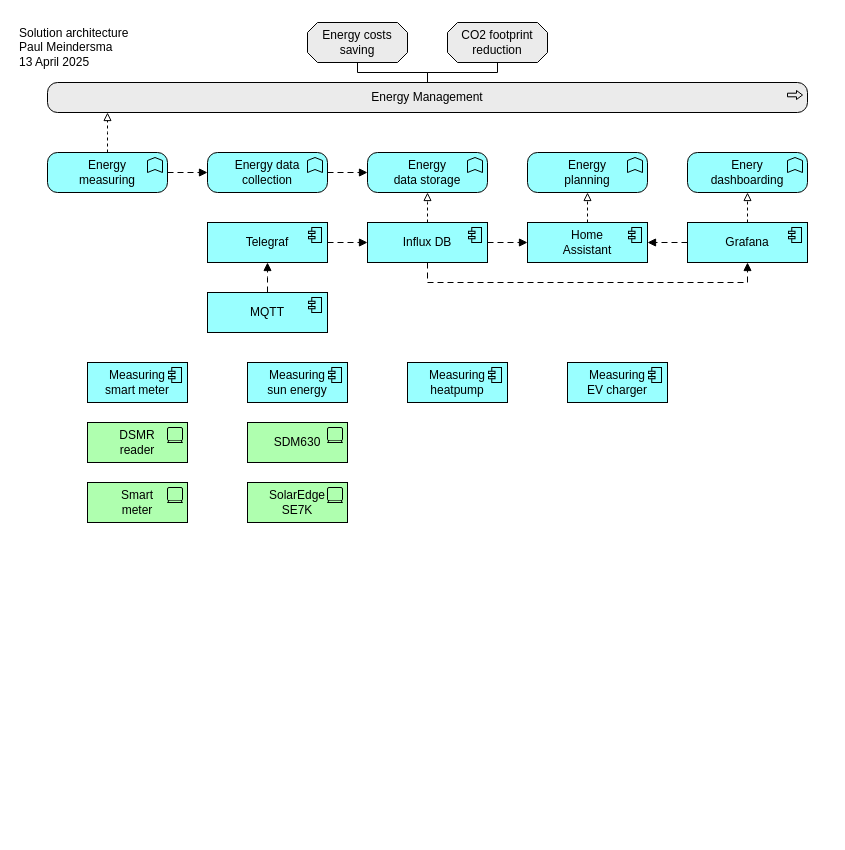
This is Solution architecture.drawio from pmeindersma/OptimizeSolar, a draw.io file, before an edit. Source tidied: cells renumbered, new cells numbered last; positions are measured from the earlier drawing's top-left corner, leaving out a move shared by most shapes. Both pictures are drawn from the tidied source at 100%, with x=0, y=0 at pixel (17, 22).
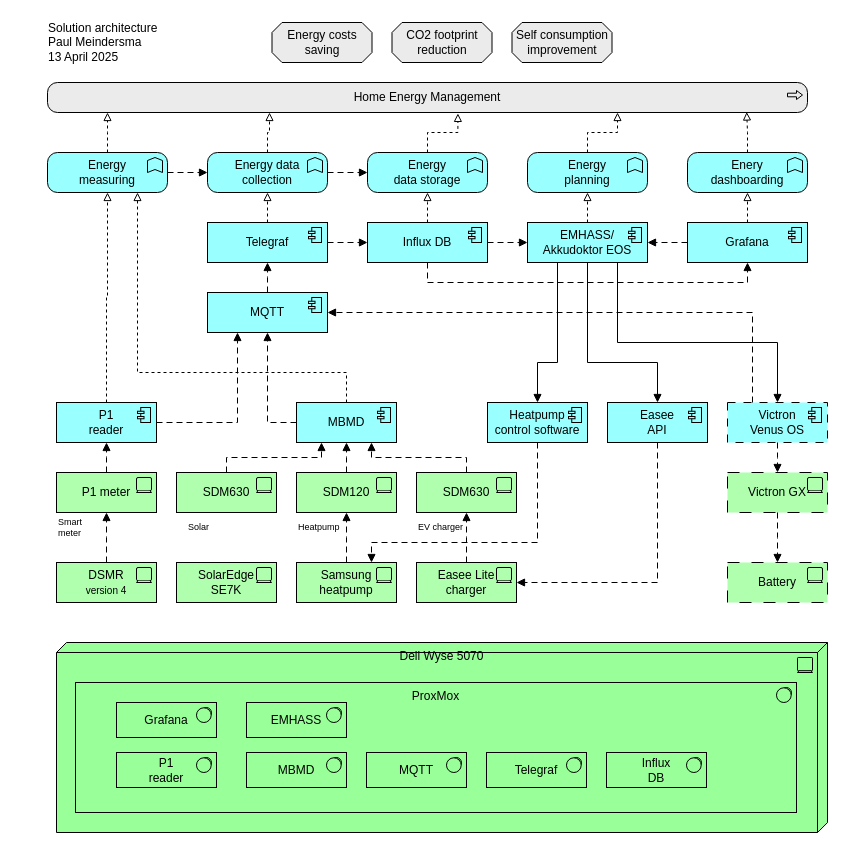
Above is the later version.

The change refers to these unchanged cells:
```xml
<mxCell id="6" value="Energy&lt;div&gt;measuring&lt;/div&gt;" style="html=1;outlineConnect=0;whiteSpace=wrap;fillColor=#99ffff;shape=mxgraph.archimate3.application;appType=func;archiType=rounded;" parent="1" vertex="1">
  <mxGeometry x="30" y="130" width="120" height="40" as="geometry" />
</mxCell>
<mxCell id="14" value="Energy data collection" style="html=1;outlineConnect=0;whiteSpace=wrap;fillColor=#99ffff;shape=mxgraph.archimate3.application;appType=func;archiType=rounded;" parent="1" vertex="1">
  <mxGeometry x="190" y="130" width="120" height="40" as="geometry" />
</mxCell>
<mxCell id="15" value="MQTT" style="html=1;outlineConnect=0;whiteSpace=wrap;fillColor=#99ffff;shape=mxgraph.archimate3.application;appType=comp;archiType=square;" parent="1" vertex="1">
  <mxGeometry x="190" y="270" width="120" height="40" as="geometry" />
</mxCell>
<mxCell id="18" value="Energy&lt;div&gt;data storage&lt;/div&gt;" style="html=1;outlineConnect=0;whiteSpace=wrap;fillColor=#99ffff;shape=mxgraph.archimate3.application;appType=func;archiType=rounded;" parent="1" vertex="1">
  <mxGeometry x="350" y="130" width="120" height="40" as="geometry" />
</mxCell>
<mxCell id="19" value="Energy&lt;div&gt;planning&lt;/div&gt;" style="html=1;outlineConnect=0;whiteSpace=wrap;fillColor=#99ffff;shape=mxgraph.archimate3.application;appType=func;archiType=rounded;" parent="1" vertex="1">
  <mxGeometry x="510" y="130" width="120" height="40" as="geometry" />
</mxCell>
<mxCell id="20" value="Enery&lt;div&gt;dashboarding&lt;/div&gt;" style="html=1;outlineConnect=0;whiteSpace=wrap;fillColor=#99ffff;shape=mxgraph.archimate3.application;appType=func;archiType=rounded;" parent="1" vertex="1">
  <mxGeometry x="670" y="130" width="120" height="40" as="geometry" />
</mxCell>
```

Diff of the diagram source:
```diff
@@
     <mxCell id="2" value="Solution architecture&lt;div&gt;Paul Meindersma&lt;/div&gt;&lt;div&gt;13 April 2025&lt;/div&gt;" style="text;html=1;align=left;verticalAlign=middle;whiteSpace=wrap;rounded=0;" parent="1" vertex="1">
-      <mxGeometry width="170" height="50" as="geometry" />
+      <mxGeometry x="29" y="-5" width="170" height="50" as="geometry" />
     </mxCell>
-    <mxCell id="3" value="Energy Management" style="html=1;outlineConnect=0;whiteSpace=wrap;fillColor=#EBEBEB;shape=mxgraph.archimate3.application;appType=proc;archiType=rounded;" parent="1" vertex="1">
+    <mxCell id="3" value="Home Energy Management" style="html=1;outlineConnect=0;whiteSpace=wrap;fillColor=#EBEBEB;shape=mxgraph.archimate3.application;appType=proc;archiType=rounded;" parent="1" vertex="1">
       <mxGeometry x="30" y="60" width="760" height="30" as="geometry" />
     </mxCell>
-    <mxCell id="4" value="CO2 footprint&lt;div&gt;reduction&lt;/div&gt;" style="html=1;outlineConnect=0;whiteSpace=wrap;fillColor=#EBEBEB;shape=mxgraph.archimate3.application;appType=generic;archiType=oct;" parent="1" vertex="1">
-      <mxGeometry x="430" width="100" height="40" as="geometry" />
+    <mxCell id="4" value="Self consumption&lt;div&gt;improvement&lt;/div&gt;" style="html=1;outlineConnect=0;whiteSpace=wrap;fillColor=#EBEBEB;shape=mxgraph.archimate3.application;appType=generic;archiType=oct;" parent="1" vertex="1">
+      <mxGeometry x="494.5" width="100" height="40" as="geometry" />
     </mxCell>
-    <mxCell id="5" style="edgeStyle=elbowEdgeStyle;html=1;endArrow=none;elbow=vertical;rounded=0;entryX=0.5;entryY=1;entryDx=0;entryDy=0;entryPerimeter=0;" parent="1" edge="1" source="3" target="12">
-      <mxGeometry relative="1" as="geometry" />
-    </mxCell>
@@
-    <mxCell id="7" value="Measuring&lt;div&gt;sun energy&lt;/div&gt;" style="html=1;outlineConnect=0;whiteSpace=wrap;fillColor=#99ffff;shape=mxgraph.archimate3.application;appType=comp;archiType=square;" parent="1" vertex="1">
-      <mxGeometry x="230" y="340" width="100" height="40" as="geometry" />
+    <mxCell id="7" value="MBMD" style="html=1;outlineConnect=0;whiteSpace=wrap;fillColor=#99ffff;shape=mxgraph.archimate3.application;appType=comp;archiType=square;" parent="1" vertex="1">
+      <mxGeometry x="279" y="380" width="100" height="40" as="geometry" />
     </mxCell>
-    <mxCell id="8" value="Measuring&lt;div&gt;smart meter&lt;/div&gt;" style="html=1;outlineConnect=0;whiteSpace=wrap;fillColor=#99ffff;shape=mxgraph.archimate3.application;appType=comp;archiType=square;" parent="1" vertex="1">
-      <mxGeometry x="70" y="340" width="100" height="40" as="geometry" />
+    <mxCell id="8" value="P1&lt;div&gt;reader&lt;/div&gt;" style="html=1;outlineConnect=0;whiteSpace=wrap;fillColor=#99ffff;shape=mxgraph.archimate3.application;appType=comp;archiType=square;" parent="1" vertex="1">
+      <mxGeometry x="39" y="380" width="100" height="40" as="geometry" />
     </mxCell>
-    <mxCell id="9" value="Measuring&lt;div&gt;heatpump&lt;/div&gt;" style="html=1;whiteSpace=wrap;fillColor=#99ffff;shape=mxgraph.archimate3.application;appType=comp;archiType=square;" parent="1" vertex="1">
-      <mxGeometry x="390" y="340" width="100" height="40" as="geometry" />
-    </mxCell>
-    <mxCell id="10" value="Measuring&lt;div&gt;EV charger&lt;/div&gt;" style="html=1;whiteSpace=wrap;fillColor=#99ffff;shape=mxgraph.archimate3.application;appType=comp;archiType=square;" parent="1" vertex="1">
-      <mxGeometry x="550" y="340" width="100" height="40" as="geometry" />
-    </mxCell>
@@
     <mxCell id="12" value="Energy costs saving" style="html=1;outlineConnect=0;whiteSpace=wrap;fillColor=#EBEBEB;shape=mxgraph.archimate3.application;appType=generic;archiType=oct;" parent="1" vertex="1">
-      <mxGeometry x="290" width="100" height="40" as="geometry" />
+      <mxGeometry x="254.5" width="100" height="40" as="geometry" />
     </mxCell>
-    <mxCell id="13" style="edgeStyle=elbowEdgeStyle;html=1;endArrow=none;elbow=vertical;rounded=0;exitX=0.5;exitY=0;exitDx=0;exitDy=0;exitPerimeter=0;" parent="1" edge="1" source="3" target="4">
-      <mxGeometry relative="1" as="geometry" />
-    </mxCell>
@@
-    <mxCell id="22" value="Home&lt;div&gt;Assistant&lt;/div&gt;" style="html=1;outlineConnect=0;whiteSpace=wrap;fillColor=#99ffff;shape=mxgraph.archimate3.application;appType=comp;archiType=square;" parent="1" vertex="1">
+    <mxCell id="22" value="EMHASS/&lt;div&gt;Akkudoktor EOS&lt;/div&gt;" style="html=1;outlineConnect=0;whiteSpace=wrap;fillColor=#99ffff;shape=mxgraph.archimate3.application;appType=comp;archiType=square;" parent="1" vertex="1">
       <mxGeometry x="510" y="200" width="120" height="40" as="geometry" />
     </mxCell>
@@
-    <mxCell id="24" value="Smart&lt;div&gt;meter&lt;/div&gt;" style="html=1;outlineConnect=0;whiteSpace=wrap;fillColor=#AFFFAF;shape=mxgraph.archimate3.application;appType=device;" parent="1" vertex="1">
-      <mxGeometry x="70" y="460" width="100" height="40" as="geometry" />
+    <mxCell id="24" value="&lt;div&gt;&lt;span style=&quot;background-color: transparent; color: light-dark(rgb(0, 0, 0), rgb(255, 255, 255));&quot;&gt;DSMR&lt;/span&gt;&lt;/div&gt;&lt;div&gt;&lt;span style=&quot;background-color: transparent; color: light-dark(rgb(0, 0, 0), rgb(255, 255, 255));&quot;&gt;&lt;font style=&quot;font-size: 10px;&quot;&gt;version 4&lt;/font&gt;&lt;/span&gt;&lt;/div&gt;" style="html=1;outlineConnect=0;whiteSpace=wrap;fillColor=#AFFFAF;shape=mxgraph.archimate3.application;appType=device;" parent="1" vertex="1">
+      <mxGeometry x="39" y="540" width="100" height="40" as="geometry" />
     </mxCell>
-    <mxCell id="25" value="DSMR&lt;div&gt;reader&lt;/div&gt;" style="html=1;whiteSpace=wrap;fillColor=#AFFFAF;shape=mxgraph.archimate3.application;appType=device;" parent="1" vertex="1">
-      <mxGeometry x="70" y="400" width="100" height="40" as="geometry" />
-    </mxCell>
     <mxCell id="26" value="SolarEdge&lt;div&gt;SE7K&lt;/div&gt;" style="html=1;whiteSpace=wrap;fillColor=#AFFFAF;shape=mxgraph.archimate3.application;appType=device;" parent="1" vertex="1">
-      <mxGeometry x="230" y="460" width="100" height="40" as="geometry" />
+      <mxGeometry x="159" y="540" width="100" height="40" as="geometry" />
     </mxCell>
     <mxCell id="27" value="SDM630" style="html=1;outlineConnect=0;whiteSpace=wrap;fillColor=#AFFFAF;shape=mxgraph.archimate3.application;appType=device;" parent="1" vertex="1">
-      <mxGeometry x="230" y="400" width="100" height="40" as="geometry" />
+      <mxGeometry x="159" y="450" width="100" height="40" as="geometry" />
     </mxCell>
@@
+    <mxCell id="37" value="Heatpump&lt;div&gt;control software&lt;/div&gt;" style="html=1;outlineConnect=0;whiteSpace=wrap;fillColor=#99ffff;shape=mxgraph.archimate3.application;appType=comp;archiType=square;" parent="1" vertex="1">
+      <mxGeometry x="470" y="380" width="100" height="40" as="geometry" />
+    </mxCell>
+    <mxCell id="38" value="&lt;div&gt;Easee&lt;/div&gt;&lt;div&gt;API&lt;/div&gt;" style="html=1;outlineConnect=0;whiteSpace=wrap;fillColor=#99ffff;shape=mxgraph.archimate3.application;appType=comp;archiType=square;" parent="1" vertex="1">
+      <mxGeometry x="590" y="380" width="100" height="40" as="geometry" />
+    </mxCell>
+    <mxCell id="39" value="P1 meter" style="html=1;outlineConnect=0;whiteSpace=wrap;fillColor=#AFFFAF;shape=mxgraph.archimate3.application;appType=device;" parent="1" vertex="1">
+      <mxGeometry x="39" y="450" width="100" height="40" as="geometry" />
+    </mxCell>
+    <mxCell id="40" style="edgeStyle=elbowEdgeStyle;html=1;endArrow=block;dashed=1;elbow=vertical;endFill=1;dashPattern=6 4;rounded=0;exitX=1;exitY=0.5;exitDx=0;exitDy=0;exitPerimeter=0;entryX=0.25;entryY=1;entryDx=0;entryDy=0;entryPerimeter=0;" parent="1" edge="1" source="8" target="15">
+      <mxGeometry relative="1" as="geometry">
+        <Array as="points">
+          <mxPoint x="190" y="400" />
+        </Array>
+      </mxGeometry>
+    </mxCell>
+    <mxCell id="41" style="edgeStyle=elbowEdgeStyle;html=1;endArrow=block;dashed=1;elbow=vertical;endFill=1;dashPattern=6 4;rounded=0;exitX=0;exitY=0.5;exitDx=0;exitDy=0;exitPerimeter=0;" parent="1" edge="1" source="7" target="15">
+      <mxGeometry relative="1" as="geometry">
+        <Array as="points">
+          <mxPoint x="250" y="400" />
+        </Array>
+      </mxGeometry>
+    </mxCell>
+    <mxCell id="42" value="SDM120" style="html=1;outlineConnect=0;whiteSpace=wrap;fillColor=#AFFFAF;shape=mxgraph.archimate3.application;appType=device;" parent="1" vertex="1">
+      <mxGeometry x="279" y="450" width="100" height="40" as="geometry" />
+    </mxCell>
+    <mxCell id="43" value="SDM630" style="html=1;outlineConnect=0;whiteSpace=wrap;fillColor=#AFFFAF;shape=mxgraph.archimate3.application;appType=device;" parent="1" vertex="1">
+      <mxGeometry x="399" y="450" width="100" height="40" as="geometry" />
+    </mxCell>
+    <mxCell id="44" style="edgeStyle=elbowEdgeStyle;html=1;endArrow=block;dashed=1;elbow=vertical;endFill=1;dashPattern=6 4;rounded=0;exitX=0.5;exitY=0;exitDx=0;exitDy=0;exitPerimeter=0;entryX=0.5;entryY=1;entryDx=0;entryDy=0;entryPerimeter=0;" parent="1" edge="1" source="39" target="8">
+      <mxGeometry relative="1" as="geometry" />
+    </mxCell>
+    <mxCell id="45" style="edgeStyle=elbowEdgeStyle;html=1;endArrow=block;dashed=1;elbow=vertical;endFill=1;dashPattern=6 4;rounded=0;entryX=0.25;entryY=1;entryDx=0;entryDy=0;entryPerimeter=0;exitX=0.5;exitY=0;exitDx=0;exitDy=0;exitPerimeter=0;" parent="1" edge="1" source="27" target="7">
+      <mxGeometry relative="1" as="geometry" />
+    </mxCell>
+    <mxCell id="46" style="edgeStyle=elbowEdgeStyle;html=1;endArrow=block;dashed=1;elbow=vertical;endFill=1;dashPattern=6 4;rounded=0;exitX=0.5;exitY=0;exitDx=0;exitDy=0;exitPerimeter=0;" parent="1" edge="1" source="42" target="7">
+      <mxGeometry relative="1" as="geometry" />
+    </mxCell>
+    <mxCell id="47" style="edgeStyle=elbowEdgeStyle;html=1;endArrow=block;dashed=1;elbow=vertical;endFill=1;dashPattern=6 4;rounded=0;exitX=0.5;exitY=0;exitDx=0;exitDy=0;exitPerimeter=0;entryX=0.75;entryY=1;entryDx=0;entryDy=0;entryPerimeter=0;" parent="1" edge="1" source="43" target="7">
+      <mxGeometry relative="1" as="geometry" />
+    </mxCell>
+    <mxCell id="48" value="Smart&lt;div&gt;meter&lt;/div&gt;" style="text;html=1;align=left;verticalAlign=middle;whiteSpace=wrap;rounded=0;fontSize=9;" parent="1" vertex="1">
+      <mxGeometry x="39" y="490" width="90" height="30" as="geometry" />
+    </mxCell>
+    <mxCell id="49" value="Heatpump" style="text;html=1;align=left;verticalAlign=middle;whiteSpace=wrap;rounded=0;fontSize=9;" parent="1" vertex="1">
+      <mxGeometry x="279" y="490" width="90" height="30" as="geometry" />
+    </mxCell>
+    <mxCell id="50" value="EV charger" style="text;html=1;align=left;verticalAlign=middle;whiteSpace=wrap;rounded=0;fontSize=9;" parent="1" vertex="1">
+      <mxGeometry x="399" y="490" width="90" height="30" as="geometry" />
+    </mxCell>
+    <mxCell id="51" value="Victron GX" style="html=1;outlineConnect=0;whiteSpace=wrap;fillColor=#AFFFAF;shape=mxgraph.archimate3.application;appType=device;dashed=1;dashPattern=12 12;" parent="1" vertex="1">
+      <mxGeometry x="710" y="450" width="100" height="40" as="geometry" />
+    </mxCell>
+    <mxCell id="52" value="Samsung&lt;div&gt;heatpump&lt;/div&gt;" style="html=1;outlineConnect=0;whiteSpace=wrap;fillColor=#AFFFAF;shape=mxgraph.archimate3.application;appType=device;" parent="1" vertex="1">
+      <mxGeometry x="279" y="540" width="100" height="40" as="geometry" />
+    </mxCell>
+    <mxCell id="53" style="edgeStyle=elbowEdgeStyle;html=1;endArrow=block;dashed=1;elbow=vertical;endFill=1;dashPattern=6 4;rounded=0;exitX=0.5;exitY=0;exitDx=0;exitDy=0;exitPerimeter=0;" parent="1" edge="1" source="24">
+      <mxGeometry relative="1" as="geometry">
+        <mxPoint x="89" y="490" as="targetPoint" />
+      </mxGeometry>
+    </mxCell>
+    <mxCell id="54" style="edgeStyle=elbowEdgeStyle;html=1;endArrow=block;dashed=1;elbow=vertical;endFill=1;dashPattern=6 4;rounded=0;exitX=0.5;exitY=0;exitDx=0;exitDy=0;exitPerimeter=0;" parent="1" edge="1" source="52">
+      <mxGeometry relative="1" as="geometry">
+        <mxPoint x="329" y="490" as="targetPoint" />
+      </mxGeometry>
+    </mxCell>
+    <mxCell id="55" style="edgeStyle=elbowEdgeStyle;html=1;endArrow=block;dashed=1;elbow=vertical;endFill=1;dashPattern=6 4;rounded=0;exitX=0.5;exitY=0;exitDx=0;exitDy=0;exitPerimeter=0;" parent="1" edge="1" source="79" target="43">
+      <mxGeometry relative="1" as="geometry" />
+    </mxCell>
+    <mxCell id="56" style="edgeStyle=elbowEdgeStyle;html=1;endArrow=block;dashed=1;elbow=vertical;endFill=1;dashPattern=6 4;rounded=0;exitX=0.5;exitY=1;exitDx=0;exitDy=0;exitPerimeter=0;entryX=0.75;entryY=0;entryDx=0;entryDy=0;entryPerimeter=0;" parent="1" edge="1" source="37" target="52">
+      <mxGeometry relative="1" as="geometry">
+        <Array as="points">
+          <mxPoint x="460" y="520" />
+        </Array>
+      </mxGeometry>
+    </mxCell>
+    <mxCell id="57" style="edgeStyle=elbowEdgeStyle;html=1;endArrow=block;dashed=0;elbow=vertical;endFill=1;rounded=0;entryX=0.5;entryY=0;entryDx=0;entryDy=0;entryPerimeter=0;exitX=0.25;exitY=1;exitDx=0;exitDy=0;exitPerimeter=0;" parent="1" edge="1" source="22" target="37">
+      <mxGeometry relative="1" as="geometry">
+        <Array as="points">
+          <mxPoint x="540" y="340" />
+        </Array>
+      </mxGeometry>
+    </mxCell>
+    <mxCell id="58" style="edgeStyle=elbowEdgeStyle;html=1;endArrow=block;dashed=0;elbow=vertical;endFill=1;rounded=0;entryX=0.5;entryY=0;entryDx=0;entryDy=0;entryPerimeter=0;" parent="1" edge="1" source="22" target="38">
+      <mxGeometry relative="1" as="geometry">
+        <Array as="points">
+          <mxPoint x="570" y="340" />
+        </Array>
+      </mxGeometry>
+    </mxCell>
+    <mxCell id="59" style="edgeStyle=elbowEdgeStyle;html=1;endArrow=block;dashed=1;elbow=vertical;endFill=1;dashPattern=6 4;rounded=0;entryX=1;entryY=0.5;entryDx=0;entryDy=0;entryPerimeter=0;exitX=0.5;exitY=1;exitDx=0;exitDy=0;exitPerimeter=0;" parent="1" edge="1" source="38" target="79">
+      <mxGeometry relative="1" as="geometry">
+        <Array as="points">
+          <mxPoint x="600" y="560" />
+        </Array>
+      </mxGeometry>
+    </mxCell>
+    <mxCell id="60" style="edgeStyle=elbowEdgeStyle;html=1;endArrow=block;elbow=vertical;endFill=0;dashed=1;rounded=0;" parent="1" edge="1" source="14">
+      <mxGeometry relative="1" as="geometry">
+        <mxPoint x="252" y="90" as="targetPoint" />
+      </mxGeometry>
+    </mxCell>
+    <mxCell id="61" style="edgeStyle=elbowEdgeStyle;html=1;endArrow=block;elbow=vertical;endFill=0;dashed=1;rounded=0;entryX=0.54;entryY=1.03;entryDx=0;entryDy=0;entryPerimeter=0;exitX=0.5;exitY=0;exitDx=0;exitDy=0;exitPerimeter=0;" parent="1" edge="1" source="18" target="3">
+      <mxGeometry relative="1" as="geometry" />
+    </mxCell>
+    <mxCell id="62" style="edgeStyle=elbowEdgeStyle;html=1;endArrow=block;elbow=vertical;endFill=0;dashed=1;rounded=0;exitX=0.5;exitY=0;exitDx=0;exitDy=0;exitPerimeter=0;entryX=0.75;entryY=1;entryDx=0;entryDy=0;entryPerimeter=0;" parent="1" edge="1" source="19" target="3">
+      <mxGeometry relative="1" as="geometry" />
+    </mxCell>
+    <mxCell id="63" style="edgeStyle=elbowEdgeStyle;html=1;endArrow=block;elbow=vertical;endFill=0;dashed=1;rounded=0;exitX=0.5;exitY=0;exitDx=0;exitDy=0;exitPerimeter=0;entryX=0.92;entryY=0.983;entryDx=0;entryDy=0;entryPerimeter=0;" parent="1" edge="1" source="20" target="3">
+      <mxGeometry relative="1" as="geometry" />
+    </mxCell>
+    <mxCell id="64" value="Solar" style="text;html=1;align=left;verticalAlign=middle;whiteSpace=wrap;rounded=0;fontSize=9;" parent="1" vertex="1">
+      <mxGeometry x="169" y="490" width="90" height="30" as="geometry" />
+    </mxCell>
+    <mxCell id="65" style="edgeStyle=elbowEdgeStyle;html=1;endArrow=block;elbow=vertical;endFill=0;dashed=1;rounded=0;entryX=0.5;entryY=1;entryDx=0;entryDy=0;entryPerimeter=0;" parent="1" edge="1" target="14">
+      <mxGeometry relative="1" as="geometry">
+        <mxPoint x="250" y="200" as="sourcePoint" />
+      </mxGeometry>
+    </mxCell>
+    <mxCell id="66" style="edgeStyle=elbowEdgeStyle;html=1;endArrow=block;elbow=vertical;endFill=0;dashed=1;rounded=0;exitX=0.5;exitY=0;exitDx=0;exitDy=0;exitPerimeter=0;" parent="1" edge="1" source="8" target="6">
+      <mxGeometry relative="1" as="geometry" />
+    </mxCell>
+    <mxCell id="67" style="edgeStyle=elbowEdgeStyle;html=1;endArrow=block;elbow=vertical;endFill=0;dashed=1;rounded=0;exitX=0.5;exitY=0;exitDx=0;exitDy=0;exitPerimeter=0;entryX=0.75;entryY=1;entryDx=0;entryDy=0;entryPerimeter=0;" parent="1" edge="1" source="7" target="6">
+      <mxGeometry relative="1" as="geometry">
+        <Array as="points">
+          <mxPoint x="230" y="350" />
+        </Array>
+      </mxGeometry>
+    </mxCell>
+    <mxCell id="68" value="Dell Wyse 5070" style="html=1;whiteSpace=wrap;fillColor=#99ff99;shape=mxgraph.archimate.tech;techType=device;verticalAlign=top;" parent="1" vertex="1">
+      <mxGeometry x="39" y="620" width="771" height="190" as="geometry" />
+    </mxCell>
+    <mxCell id="69" value="ProxMox" style="html=1;whiteSpace=wrap;fillColor=#99ff99;shape=mxgraph.archimate.application;appType=sysSw;verticalAlign=top;" parent="1" vertex="1">
+      <mxGeometry x="58" y="660" width="721" height="130" as="geometry" />
+    </mxCell>
+    <mxCell id="70" value="MBMD" style="html=1;whiteSpace=wrap;fillColor=#99ff99;shape=mxgraph.archimate.application;appType=sysSw;" parent="1" vertex="1">
+      <mxGeometry x="229" y="730" width="100" height="35" as="geometry" />
+    </mxCell>
+    <mxCell id="71" value="P1&lt;div&gt;reader&lt;/div&gt;" style="html=1;whiteSpace=wrap;fillColor=#99ff99;shape=mxgraph.archimate.application;appType=sysSw;" parent="1" vertex="1">
+      <mxGeometry x="99" y="730" width="100" height="35" as="geometry" />
+    </mxCell>
+    <mxCell id="72" value="Telegraf" style="html=1;whiteSpace=wrap;fillColor=#99ff99;shape=mxgraph.archimate.application;appType=sysSw;" parent="1" vertex="1">
+      <mxGeometry x="469" y="730" width="100" height="35" as="geometry" />
+    </mxCell>
+    <mxCell id="73" value="MQTT" style="html=1;whiteSpace=wrap;fillColor=#99ff99;shape=mxgraph.archimate.application;appType=sysSw;" parent="1" vertex="1">
+      <mxGeometry x="349" y="730" width="100" height="35" as="geometry" />
+    </mxCell>
+    <mxCell id="74" value="Grafana" style="html=1;whiteSpace=wrap;fillColor=#99ff99;shape=mxgraph.archimate.application;appType=sysSw;" parent="1" vertex="1">
+      <mxGeometry x="99" y="680" width="100" height="35" as="geometry" />
+    </mxCell>
+    <mxCell id="75" value="Influx&lt;div&gt;DB&lt;/div&gt;" style="html=1;whiteSpace=wrap;fillColor=#99ff99;shape=mxgraph.archimate.application;appType=sysSw;" parent="1" vertex="1">
+      <mxGeometry x="589" y="730" width="100" height="35" as="geometry" />
+    </mxCell>
+    <mxCell id="76" value="EMHASS" style="html=1;whiteSpace=wrap;fillColor=#99ff99;shape=mxgraph.archimate.application;appType=sysSw;" parent="1" vertex="1">
+      <mxGeometry x="229" y="680" width="100" height="35" as="geometry" />
+    </mxCell>
+    <mxCell id="77" value="Victron&lt;div&gt;Venus OS&lt;/div&gt;" style="html=1;outlineConnect=0;whiteSpace=wrap;fillColor=#99ffff;shape=mxgraph.archimate3.application;appType=comp;archiType=square;dashed=1;dashPattern=8 8;" parent="1" vertex="1">
+      <mxGeometry x="710" y="380" width="100" height="40" as="geometry" />
+    </mxCell>
+    <mxCell id="78" style="edgeStyle=elbowEdgeStyle;html=1;endArrow=block;dashed=0;elbow=vertical;endFill=1;rounded=0;exitX=0.75;exitY=1;exitDx=0;exitDy=0;exitPerimeter=0;" parent="1" edge="1" source="22" target="77">
+      <mxGeometry relative="1" as="geometry">
+        <Array as="points">
+          <mxPoint x="680" y="320" />
+        </Array>
+      </mxGeometry>
+    </mxCell>
+    <mxCell id="79" value="Easee Lite&lt;div&gt;charger&lt;/div&gt;" style="html=1;outlineConnect=0;whiteSpace=wrap;fillColor=#AFFFAF;shape=mxgraph.archimate3.application;appType=device;" parent="1" vertex="1">
+      <mxGeometry x="399" y="540" width="100" height="40" as="geometry" />
+    </mxCell>
+    <mxCell id="80" style="edgeStyle=elbowEdgeStyle;html=1;endArrow=block;dashed=1;elbow=vertical;endFill=1;dashPattern=6 4;rounded=0;entryX=0.5;entryY=0;entryDx=0;entryDy=0;entryPerimeter=0;" parent="1" edge="1" source="77" target="51">
+      <mxGeometry relative="1" as="geometry" />
+    </mxCell>
+    <mxCell id="81" style="edgeStyle=elbowEdgeStyle;html=1;endArrow=block;dashed=1;elbow=vertical;endFill=1;dashPattern=6 4;rounded=0;entryX=1;entryY=0.5;entryDx=0;entryDy=0;entryPerimeter=0;exitX=0.25;exitY=0;exitDx=0;exitDy=0;exitPerimeter=0;" parent="1" edge="1" source="77" target="15">
+      <mxGeometry relative="1" as="geometry">
+        <Array as="points">
+          <mxPoint x="540" y="290" />
+        </Array>
+      </mxGeometry>
+    </mxCell>
+    <mxCell id="82" value="Battery" style="html=1;outlineConnect=0;whiteSpace=wrap;fillColor=#AFFFAF;shape=mxgraph.archimate3.application;appType=device;dashed=1;dashPattern=12 12;" parent="1" vertex="1">
+      <mxGeometry x="710" y="540" width="100" height="40" as="geometry" />
+    </mxCell>
+    <mxCell id="83" style="edgeStyle=elbowEdgeStyle;html=1;endArrow=block;dashed=1;elbow=vertical;endFill=1;dashPattern=6 4;rounded=0;entryX=0.5;entryY=0;entryDx=0;entryDy=0;entryPerimeter=0;" parent="1" edge="1" source="51" target="82">
+      <mxGeometry relative="1" as="geometry" />
+    </mxCell>
+    <mxCell id="84" value="CO2 footprint&lt;div&gt;reduction&lt;/div&gt;" style="html=1;whiteSpace=wrap;fillColor=#EBEBEB;shape=mxgraph.archimate3.application;appType=generic;archiType=oct;" parent="1" vertex="1">
+      <mxGeometry x="374.5" width="100" height="40" as="geometry" />
+    </mxCell>
```
